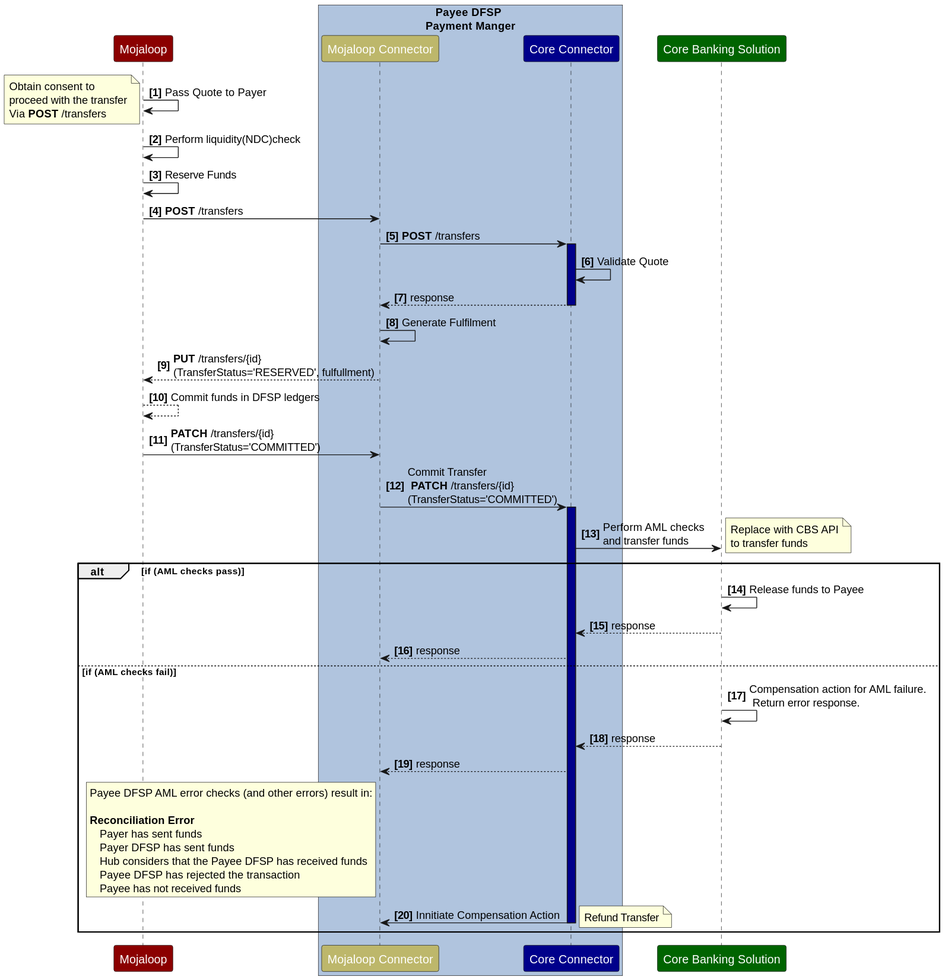
The PlantUML diagram images/PayeeDFSPSingleIntegrationApiOnPatchPattern.svg in infitx-org/system-integrator-toolkit, before a commit.
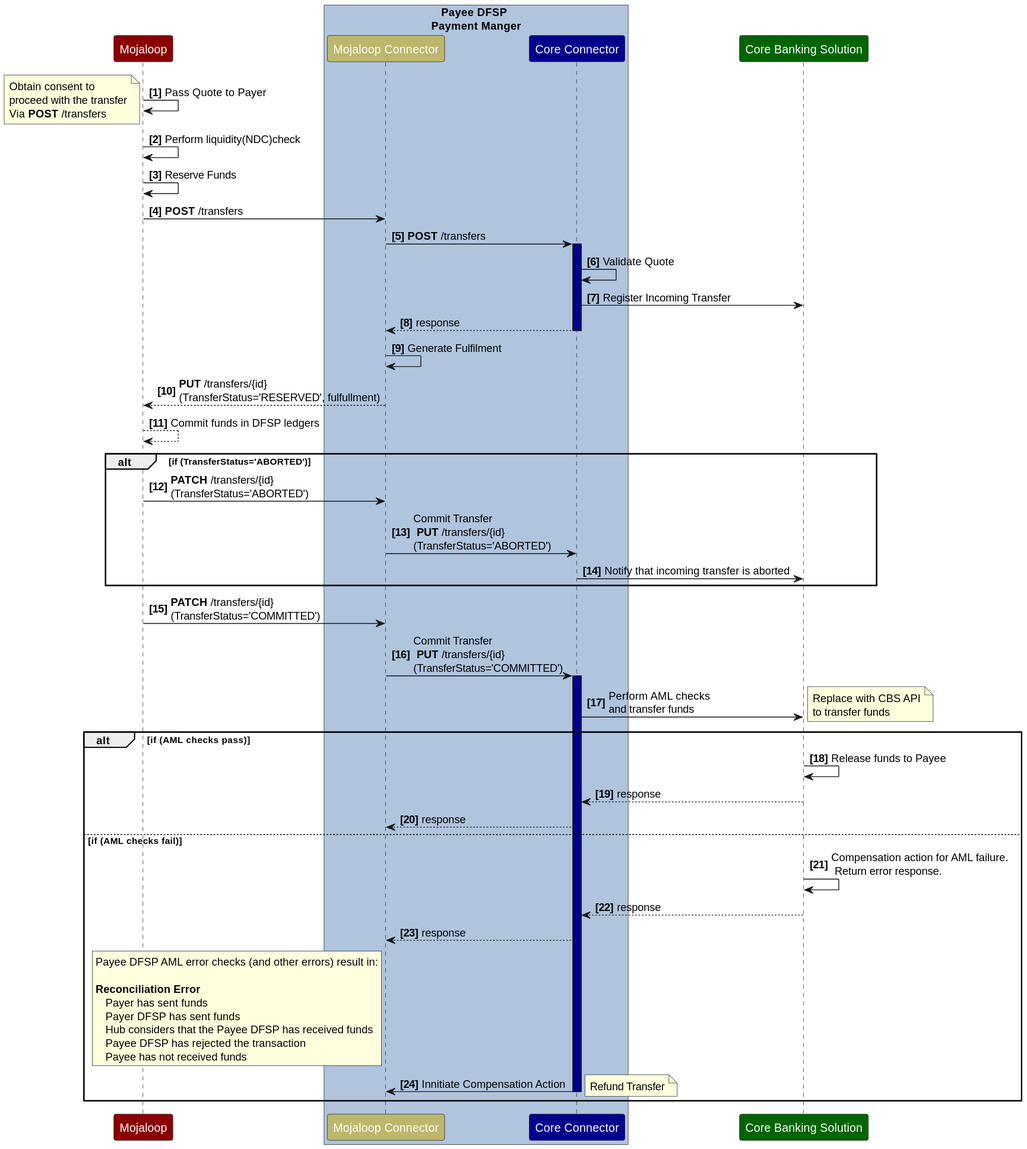
The same file after the commit.

The edit, as a diff of the source:
```diff
@@ -24,14 +24,21 @@
     MC->CC: **POST** /transfers
     activate CC #DarkBlue
     CC->CC: Validate Quote
+    CC->CBS: Register Incoming Transfer
     CC-->MC: response
     deactivate CC
     MC->MC: Generate Fulfilment
     MC-->Switch: **PUT** /transfers/{id} \n(TransferStatus='RESERVED', fulfullment)
     Switch-->Switch: Commit funds in DFSP ledgers
 
+    alt if (TransferStatus='ABORTED')
+    Switch->MC: **PATCH** /transfers/{id} \n(TransferStatus='ABORTED')
+    MC->CC: Commit Transfer\n **PUT** /transfers/{id} \n(TransferStatus='ABORTED')
+    CC->CBS: Notify that incoming transfer is aborted
+    end
+
     Switch->MC: **PATCH** /transfers/{id} \n(TransferStatus='COMMITTED')
-    MC->CC: Commit Transfer\n **PATCH** /transfers/{id} \n(TransferStatus='COMMITTED')
+    MC->CC: Commit Transfer\n **PUT** /transfers/{id} \n(TransferStatus='COMMITTED')
     activate CC #DarkBlue
     CC->CBS: Perform AML checks \nand transfer funds
     note right
@@ -61,6 +68,8 @@
     note right
     Refund Transfer
     end note
+
+
     deactivate CC
   end
 @enduml
```
